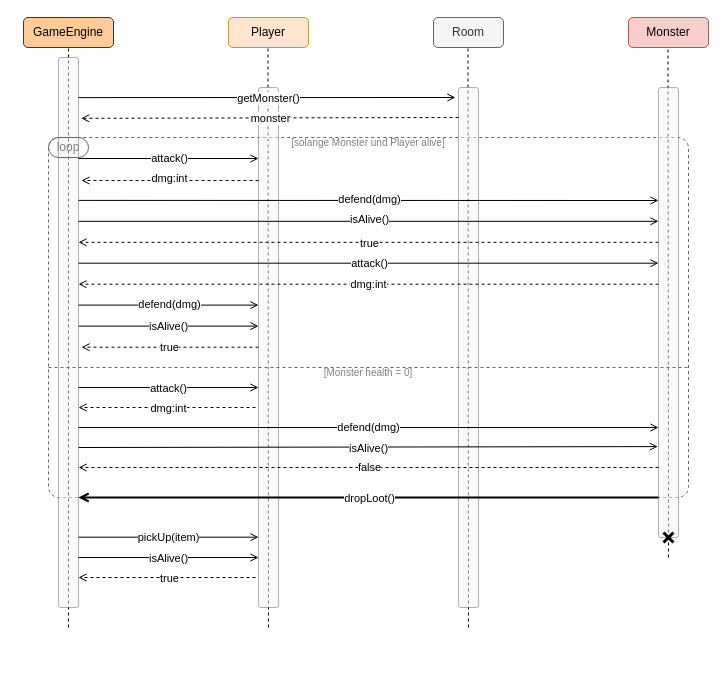
Above: Diagrams/DungeonAdventure_KampfSequenzdiagramm.drawio in V1perZerofy/uml_project (draw.io), before the change. Source tidied: cells renumbered, new cells numbered last; positions are measured from the earlier drawing's top-left corner, leaving out a move shared by most shapes. Both pictures are drawn from the tidied source at 100%, with x=0, y=0 at pixel (23, 17).
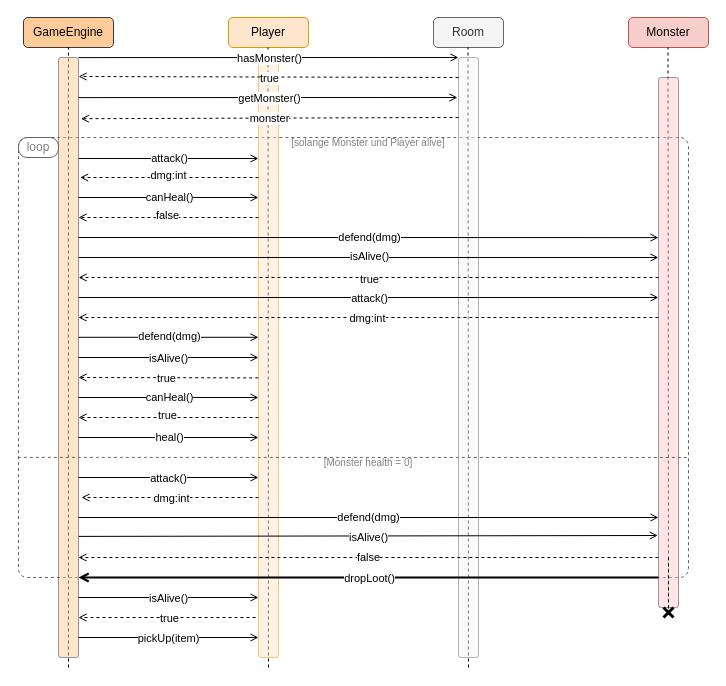
The same page after the edit.

Commit message:
added UML Sequence Diagrams NEW

The change refers to these unchanged cells:
```xml
<mxCell id="3" value="GameEngine" style="rounded=1;whiteSpace=wrap;html=1;fillColor=#ffcc99;strokeColor=#36393d;" parent="1" vertex="1">
  <mxGeometry width="90" height="30" as="geometry" />
</mxCell>
```

The edit, as a diff of the source:
```diff
@@
-    <mxCell id="2" style="rounded=1;whiteSpace=wrap;html=1;arcSize=3;dashed=1;fillColor=none;align=left;verticalAlign=top;fontColor=#333333;strokeColor=#666666;" parent="1" vertex="1">
-      <mxGeometry x="25" y="120" width="640" height="360" as="geometry" />
+    <mxCell id="2" style="rounded=1;whiteSpace=wrap;html=1;arcSize=2;dashed=1;fillColor=none;align=left;verticalAlign=top;fontColor=#333333;strokeColor=#666666;" parent="1" vertex="1">
+      <mxGeometry x="-5" y="120" width="670" height="440" as="geometry" />
     </mxCell>
@@
     <mxCell id="7" style="endArrow=none;dashed=1;html=1;rounded=0;entryX=0.5;entryY=1;entryDx=0;entryDy=0;" parent="1" edge="1" target="3">
       <mxGeometry relative="1" as="geometry">
-        <mxPoint x="45" y="610" as="sourcePoint" />
+        <mxPoint x="45" y="650" as="sourcePoint" />
       </mxGeometry>
     </mxCell>
     <mxCell id="8" style="endArrow=none;dashed=1;html=1;rounded=0;entryX=0.5;entryY=1;entryDx=0;entryDy=0;" parent="1" edge="1">
       <mxGeometry relative="1" as="geometry">
-        <mxPoint x="245" y="610" as="sourcePoint" />
+        <mxPoint x="245" y="650" as="sourcePoint" />
         <mxPoint x="244.5" y="30" as="targetPoint" />
       </mxGeometry>
     </mxCell>
     <mxCell id="9" style="endArrow=none;dashed=1;html=1;rounded=0;entryX=0.5;entryY=1;entryDx=0;entryDy=0;" parent="1" edge="1">
       <mxGeometry relative="1" as="geometry">
-        <mxPoint x="445" y="610" as="sourcePoint" />
+        <mxPoint x="445" y="650" as="sourcePoint" />
         <mxPoint x="444.5" y="30" as="targetPoint" />
       </mxGeometry>
     </mxCell>
@@
-    <mxCell id="11" style="rounded=1;whiteSpace=wrap;html=1;arcSize=12;fillColor=#f5f5f5;opacity=50;fontColor=#333333;strokeColor=#666666;" parent="1" vertex="1">
-      <mxGeometry x="35" y="40" width="20" height="550" as="geometry" />
+    <mxCell id="11" style="rounded=1;whiteSpace=wrap;html=1;arcSize=12;fillColor=#ffcc99;opacity=50;strokeColor=#36393d;" parent="1" vertex="1">
+      <mxGeometry x="35" y="40" width="20" height="600" as="geometry" />
     </mxCell>
-    <mxCell id="12" style="rounded=1;whiteSpace=wrap;html=1;arcSize=12;fillColor=#f5f5f5;opacity=50;fontColor=#333333;strokeColor=#666666;" parent="1" vertex="1">
-      <mxGeometry x="235" y="70" width="20" height="520" as="geometry" />
+    <mxCell id="12" style="rounded=1;whiteSpace=wrap;html=1;arcSize=12;fillColor=#ffe6cc;opacity=50;strokeColor=#d79b00;" parent="1" vertex="1">
+      <mxGeometry x="235" y="40" width="20" height="600" as="geometry" />
     </mxCell>
     <mxCell id="13" style="rounded=1;whiteSpace=wrap;html=1;arcSize=12;fillColor=#f5f5f5;opacity=50;fontColor=#333333;strokeColor=#666666;" parent="1" vertex="1">
-      <mxGeometry x="435" y="70" width="20" height="520" as="geometry" />
+      <mxGeometry x="435" y="40" width="20" height="600" as="geometry" />
     </mxCell>
-    <mxCell id="14" style="rounded=1;whiteSpace=wrap;html=1;arcSize=12;fillColor=#f5f5f5;opacity=50;fontColor=#333333;strokeColor=#666666;" parent="1" vertex="1">
-      <mxGeometry x="635" y="70" width="20" height="450" as="geometry" />
+    <mxCell id="14" style="rounded=1;whiteSpace=wrap;html=1;arcSize=12;fillColor=#ffcccc;opacity=50;strokeColor=#36393d;" parent="1" vertex="1">
+      <mxGeometry x="635" y="60" width="20" height="530" as="geometry" />
     </mxCell>
     <mxCell id="15" style="endArrow=open;html=1;rounded=0;exitX=1.004;exitY=0.055;exitDx=0;exitDy=0;exitPerimeter=0;endFill=0;" parent="1" edge="1">
       <mxGeometry relative="1" as="geometry">
         <mxPoint x="55" y="80.1" as="sourcePoint" />
-        <mxPoint x="431.9" y="80" as="targetPoint" />
+        <mxPoint x="434" y="80" as="targetPoint" />
       </mxGeometry>
     </mxCell>
@@
-    <mxCell id="17" style="endArrow=open;html=1;rounded=0;entryX=1.136;entryY=0.096;entryDx=0;entryDy=0;entryPerimeter=0;endFill=0;dashed=1;exitX=0;exitY=0.059;exitDx=0;exitDy=0;exitPerimeter=0;" parent="1" edge="1">
+    <mxCell id="17" style="endArrow=open;html=1;rounded=0;entryX=1.118;entryY=0.102;entryDx=0;entryDy=0;entryPerimeter=0;endFill=0;dashed=1;exitX=0;exitY=0.059;exitDx=0;exitDy=0;exitPerimeter=0;" parent="1" edge="1" target="11">
       <mxGeometry relative="1" as="geometry">
         <mxPoint x="435" y="100" as="sourcePoint" />
-        <mxPoint x="57.7" y="100.8" as="targetPoint" />
       </mxGeometry>
     </mxCell>
@@
     <mxCell id="19" style="endArrow=open;html=1;rounded=0;exitX=1.004;exitY=0.055;exitDx=0;exitDy=0;exitPerimeter=0;endFill=0;" parent="1" edge="1">
       <mxGeometry relative="1" as="geometry">
-        <mxPoint x="55" y="370" as="sourcePoint" />
-        <mxPoint x="235" y="370" as="targetPoint" />
+        <mxPoint x="55" y="460" as="sourcePoint" />
+        <mxPoint x="235" y="460" as="targetPoint" />
       </mxGeometry>
     </mxCell>
@@
     <mxCell id="21" style="endArrow=open;html=1;rounded=0;entryX=1.141;entryY=0.11;entryDx=0;entryDy=0;entryPerimeter=0;endFill=0;dashed=1;" parent="1" edge="1">
       <mxGeometry relative="1" as="geometry">
-        <mxPoint x="232" y="390" as="sourcePoint" />
-        <mxPoint x="55" y="390" as="targetPoint" />
+        <mxPoint x="235" y="480" as="sourcePoint" />
+        <mxPoint x="58" y="480" as="targetPoint" />
       </mxGeometry>
     </mxCell>
@@
-    <mxCell id="25" style="endArrow=open;html=1;rounded=0;entryX=1.141;entryY=0.11;entryDx=0;entryDy=0;entryPerimeter=0;endFill=0;dashed=1;" parent="1" edge="1">
+    <mxCell id="25" style="endArrow=open;html=1;rounded=0;entryX=1.08;entryY=0.2;entryDx=0;entryDy=0;entryPerimeter=0;endFill=0;dashed=1;" parent="1" edge="1" target="11">
       <mxGeometry relative="1" as="geometry">
-        <mxPoint x="235" y="163" as="sourcePoint" />
-        <mxPoint x="58" y="163" as="targetPoint" />
+        <mxPoint x="235" y="160" as="sourcePoint" />
       </mxGeometry>
     </mxCell>
@@
     <mxCell id="27" style="endArrow=open;html=1;rounded=0;exitX=1.004;exitY=0.055;exitDx=0;exitDy=0;exitPerimeter=0;endFill=0;" parent="1" edge="1">
       <mxGeometry relative="1" as="geometry">
-        <mxPoint x="55" y="182.9" as="sourcePoint" />
-        <mxPoint x="635" y="183" as="targetPoint" />
+        <mxPoint x="55" y="220" as="sourcePoint" />
+        <mxPoint x="635" y="220.1" as="targetPoint" />
       </mxGeometry>
     </mxCell>
@@
     <mxCell id="29" style="endArrow=open;html=1;rounded=0;entryX=1.141;entryY=0.11;entryDx=0;entryDy=0;entryPerimeter=0;endFill=0;dashed=1;exitX=0.953;exitY=0.381;exitDx=0;exitDy=0;exitPerimeter=0;" parent="1" edge="1">
       <mxGeometry relative="1" as="geometry">
-        <mxPoint x="635" y="224.8" as="sourcePoint" />
-        <mxPoint x="55" y="224.8" as="targetPoint" />
+        <mxPoint x="635" y="260" as="sourcePoint" />
+        <mxPoint x="55.1" y="260" as="targetPoint" />
       </mxGeometry>
     </mxCell>
@@
     <mxCell id="31" style="endArrow=open;html=1;rounded=0;exitX=1.004;exitY=0.055;exitDx=0;exitDy=0;exitPerimeter=0;entryX=0.953;entryY=0.286;entryDx=0;entryDy=0;endFill=0;entryPerimeter=0;" parent="1" edge="1">
       <mxGeometry relative="1" as="geometry">
-        <mxPoint x="55" y="203.8" as="sourcePoint" />
-        <mxPoint x="635" y="203.8" as="targetPoint" />
+        <mxPoint x="55" y="240" as="sourcePoint" />
+        <mxPoint x="635" y="240" as="targetPoint" />
       </mxGeometry>
     </mxCell>
@@
     <mxCell id="33" style="endArrow=open;html=1;rounded=0;exitX=1.004;exitY=0.055;exitDx=0;exitDy=0;exitPerimeter=0;entryX=0.953;entryY=0.286;entryDx=0;entryDy=0;endFill=0;entryPerimeter=0;" parent="1" edge="1">
       <mxGeometry relative="1" as="geometry">
-        <mxPoint x="55" y="245.7" as="sourcePoint" />
-        <mxPoint x="635" y="245.7" as="targetPoint" />
+        <mxPoint x="55" y="280" as="sourcePoint" />
+        <mxPoint x="635" y="280" as="targetPoint" />
       </mxGeometry>
     </mxCell>
@@
     <mxCell id="35" style="endArrow=open;html=1;rounded=0;entryX=1.141;entryY=0.11;entryDx=0;entryDy=0;entryPerimeter=0;endFill=0;dashed=1;exitX=0.953;exitY=0.381;exitDx=0;exitDy=0;exitPerimeter=0;" parent="1" edge="1">
       <mxGeometry relative="1" as="geometry">
-        <mxPoint x="635" y="266.7" as="sourcePoint" />
-        <mxPoint x="55" y="266.7" as="targetPoint" />
+        <mxPoint x="634.9" y="300" as="sourcePoint" />
+        <mxPoint x="55" y="300" as="targetPoint" />
       </mxGeometry>
     </mxCell>
@@
     <mxCell id="37" style="endArrow=open;html=1;rounded=0;exitX=1.004;exitY=0.055;exitDx=0;exitDy=0;exitPerimeter=0;endFill=0;" parent="1" edge="1">
       <mxGeometry relative="1" as="geometry">
-        <mxPoint x="55" y="287.6" as="sourcePoint" />
-        <mxPoint x="235" y="287.6" as="targetPoint" />
+        <mxPoint x="55" y="319.8" as="sourcePoint" />
+        <mxPoint x="235" y="319.8" as="targetPoint" />
       </mxGeometry>
     </mxCell>
@@
-    <mxCell id="39" style="endArrow=open;html=1;rounded=0;entryX=1.141;entryY=0.11;entryDx=0;entryDy=0;entryPerimeter=0;endFill=0;dashed=1;" parent="1" edge="1">
+    <mxCell id="39" style="endArrow=open;html=1;rounded=0;entryX=1.017;entryY=0.508;entryDx=0;entryDy=0;entryPerimeter=0;endFill=0;dashed=1;" parent="1" edge="1">
       <mxGeometry relative="1" as="geometry">
-        <mxPoint x="235" y="329.7" as="sourcePoint" />
-        <mxPoint x="58" y="329.7" as="targetPoint" />
+        <mxPoint x="234.7" y="360.4" as="sourcePoint" />
+        <mxPoint x="55" y="360" as="targetPoint" />
       </mxGeometry>
     </mxCell>
@@
     <mxCell id="41" style="endArrow=open;html=1;rounded=0;exitX=1.004;exitY=0.055;exitDx=0;exitDy=0;exitPerimeter=0;endFill=0;" parent="1" edge="1">
       <mxGeometry relative="1" as="geometry">
-        <mxPoint x="55" y="308.6" as="sourcePoint" />
-        <mxPoint x="235" y="308.6" as="targetPoint" />
+        <mxPoint x="55" y="340" as="sourcePoint" />
+        <mxPoint x="235" y="340" as="targetPoint" />
       </mxGeometry>
     </mxCell>
@@
-    <mxCell id="43" style="endArrow=none;dashed=1;html=1;rounded=0;fillColor=#f5f5f5;strokeColor=#666666;" parent="1" edge="1">
+    <mxCell id="43" style="endArrow=none;dashed=1;html=1;rounded=0;fillColor=#f5f5f5;strokeColor=#666666;exitX=-0.001;exitY=0.727;exitDx=0;exitDy=0;exitPerimeter=0;" parent="1" edge="1" source="2">
       <mxGeometry relative="1" as="geometry">
-        <mxPoint x="25" y="350" as="sourcePoint" />
-        <mxPoint x="665" y="350" as="targetPoint" />
+        <mxPoint x="665" y="440" as="targetPoint" />
       </mxGeometry>
     </mxCell>
     <mxCell id="44" style="endArrow=open;html=1;rounded=0;exitX=1.004;exitY=0.055;exitDx=0;exitDy=0;exitPerimeter=0;endFill=0;" parent="1" edge="1">
       <mxGeometry relative="1" as="geometry">
-        <mxPoint x="55" y="410" as="sourcePoint" />
-        <mxPoint x="635" y="410" as="targetPoint" />
+        <mxPoint x="55" y="500" as="sourcePoint" />
+        <mxPoint x="635" y="500" as="targetPoint" />
       </mxGeometry>
     </mxCell>
@@
-    <mxCell id="46" style="endArrow=open;html=1;rounded=0;exitX=1.004;exitY=0.055;exitDx=0;exitDy=0;exitPerimeter=0;endFill=0;entryX=-0.036;entryY=0.798;entryDx=0;entryDy=0;entryPerimeter=0;" parent="1" edge="1" target="14">
+    <mxCell id="46" style="endArrow=open;html=1;rounded=0;exitX=1.004;exitY=0.055;exitDx=0;exitDy=0;exitPerimeter=0;endFill=0;entryX=-0.036;entryY=0.798;entryDx=0;entryDy=0;entryPerimeter=0;" parent="1" edge="1">
       <mxGeometry relative="1" as="geometry">
-        <mxPoint x="55" y="430" as="sourcePoint" />
+        <mxPoint x="55" y="518.9" as="sourcePoint" />
+        <mxPoint x="634.3" y="518" as="targetPoint" />
       </mxGeometry>
     </mxCell>
@@
     <mxCell id="48" style="endArrow=open;html=1;rounded=0;entryX=1.141;entryY=0.11;entryDx=0;entryDy=0;entryPerimeter=0;endFill=0;dashed=1;exitX=0.953;exitY=0.381;exitDx=0;exitDy=0;exitPerimeter=0;" parent="1" edge="1">
       <mxGeometry relative="1" as="geometry">
-        <mxPoint x="635" y="450" as="sourcePoint" />
-        <mxPoint x="55.1" y="450" as="targetPoint" />
+        <mxPoint x="634.9" y="540" as="sourcePoint" />
+        <mxPoint x="55" y="540" as="targetPoint" />
       </mxGeometry>
     </mxCell>
@@
     <mxCell id="50" style="endArrow=none;html=1;rounded=0;exitX=1.004;exitY=0.055;exitDx=0;exitDy=0;exitPerimeter=0;endFill=0;startArrow=open;startFill=0;strokeWidth=2;" parent="1" edge="1">
       <mxGeometry relative="1" as="geometry">
-        <mxPoint x="55" y="480" as="sourcePoint" />
-        <mxPoint x="635" y="480" as="targetPoint" />
+        <mxPoint x="55" y="560" as="sourcePoint" />
+        <mxPoint x="635" y="560" as="targetPoint" />
       </mxGeometry>
     </mxCell>
@@
     <mxCell id="53" style="shape=umlDestroy;whiteSpace=wrap;html=1;strokeWidth=3;targetShapes=umlLifeline;" parent="1" vertex="1">
-      <mxGeometry x="640" y="515" width="10" height="10" as="geometry" />
+      <mxGeometry x="640" y="590" width="10" height="10" as="geometry" />
     </mxCell>
-    <mxCell id="54" value="&lt;font style=&quot;color: rgb(128, 128, 128);&quot;&gt;loop&lt;/font&gt;" style="rounded=1;whiteSpace=wrap;html=1;fillColor=none;fontColor=#333333;strokeColor=#666666;arcSize=50;" parent="1" vertex="1">
-      <mxGeometry x="25" y="120" width="40" height="20" as="geometry" />
+    <mxCell id="54" value="&lt;font style=&quot;color: rgb(128, 128, 128);&quot;&gt;loop&lt;/font&gt;" style="rounded=1;whiteSpace=wrap;html=1;fillColor=none;fontColor=#333333;strokeColor=#666666;arcSize=43;perimeterSpacing=0;" parent="1" vertex="1">
+      <mxGeometry x="-5" y="120" width="40" height="20" as="geometry" />
     </mxCell>
@@
     <mxCell id="56" value="&lt;font style=&quot;font-size: 10px; color: rgb(128, 128, 128);&quot;&gt;[Monster health = 0]&lt;/font&gt;" style="text;html=1;whiteSpace=wrap;strokeColor=none;fillColor=none;align=center;verticalAlign=middle;rounded=0;" parent="1" vertex="1">
-      <mxGeometry x="295" y="350" width="100" height="10" as="geometry" />
+      <mxGeometry x="295" y="440" width="100" height="10" as="geometry" />
     </mxCell>
     <mxCell id="57" style="endArrow=open;html=1;rounded=0;exitX=1.004;exitY=0.055;exitDx=0;exitDy=0;exitPerimeter=0;endFill=0;" parent="1" edge="1">
       <mxGeometry relative="1" as="geometry">
-        <mxPoint x="55" y="519.7" as="sourcePoint" />
-        <mxPoint x="235" y="519.7" as="targetPoint" />
+        <mxPoint x="55" y="620" as="sourcePoint" />
+        <mxPoint x="235" y="620" as="targetPoint" />
       </mxGeometry>
     </mxCell>
@@
     <mxCell id="59" style="endArrow=open;html=1;rounded=0;exitX=1.004;exitY=0.055;exitDx=0;exitDy=0;exitPerimeter=0;endFill=0;" parent="1" edge="1">
       <mxGeometry relative="1" as="geometry">
-        <mxPoint x="55" y="540" as="sourcePoint" />
-        <mxPoint x="235" y="540" as="targetPoint" />
+        <mxPoint x="55" y="580" as="sourcePoint" />
+        <mxPoint x="235" y="580" as="targetPoint" />
       </mxGeometry>
     </mxCell>
@@
     <mxCell id="61" style="endArrow=open;html=1;rounded=0;entryX=1.141;entryY=0.11;entryDx=0;entryDy=0;entryPerimeter=0;endFill=0;dashed=1;" parent="1" edge="1">
       <mxGeometry relative="1" as="geometry">
-        <mxPoint x="232" y="560" as="sourcePoint" />
-        <mxPoint x="55" y="560" as="targetPoint" />
+        <mxPoint x="232" y="600" as="sourcePoint" />
+        <mxPoint x="55" y="600" as="targetPoint" />
       </mxGeometry>
     </mxCell>
@@
+    <mxCell id="63" style="endArrow=open;html=1;rounded=0;exitX=1.004;exitY=0.055;exitDx=0;exitDy=0;exitPerimeter=0;endFill=0;" parent="1" edge="1">
+      <mxGeometry relative="1" as="geometry">
+        <mxPoint x="55" y="40.1" as="sourcePoint" />
+        <mxPoint x="435" y="40" as="targetPoint" />
+      </mxGeometry>
+    </mxCell>
+    <mxCell id="64" value="hasMonster()" style="edgeLabel;html=1;align=center;verticalAlign=middle;" parent="63" vertex="1">
+      <mxGeometry x="-0.12" relative="1" as="geometry">
+        <mxPoint x="24" as="offset" />
+      </mxGeometry>
+    </mxCell>
+    <mxCell id="65" style="endArrow=open;html=1;rounded=0;exitX=1.004;exitY=0.055;exitDx=0;exitDy=0;exitPerimeter=0;endFill=0;" parent="1" edge="1">
+      <mxGeometry relative="1" as="geometry">
+        <mxPoint x="55" y="180" as="sourcePoint" />
+        <mxPoint x="235" y="180" as="targetPoint" />
+      </mxGeometry>
+    </mxCell>
+    <mxCell id="66" value="canHeal()" style="edgeLabel;html=1;align=center;verticalAlign=middle;" parent="65" vertex="1">
+      <mxGeometry x="-0.28" y="1" relative="1" as="geometry">
+        <mxPoint x="25" as="offset" />
+      </mxGeometry>
+    </mxCell>
+    <mxCell id="67" style="endArrow=open;html=1;rounded=0;entryX=0.989;entryY=0.218;entryDx=0;entryDy=0;entryPerimeter=0;endFill=0;dashed=1;" parent="1" edge="1">
+      <mxGeometry relative="1" as="geometry">
+        <mxPoint x="235" y="200" as="sourcePoint" />
+        <mxPoint x="55" y="200" as="targetPoint" />
+      </mxGeometry>
+    </mxCell>
+    <mxCell id="68" value="false" style="edgeLabel;html=1;align=center;verticalAlign=middle;" parent="67" vertex="1">
+      <mxGeometry x="0.28" y="-3" relative="1" as="geometry">
+        <mxPoint x="23" as="offset" />
+      </mxGeometry>
+    </mxCell>
+    <mxCell id="69" style="endArrow=open;html=1;rounded=0;exitX=1.004;exitY=0.055;exitDx=0;exitDy=0;exitPerimeter=0;endFill=0;" parent="1" edge="1">
+      <mxGeometry relative="1" as="geometry">
+        <mxPoint x="55" y="380" as="sourcePoint" />
+        <mxPoint x="235" y="380" as="targetPoint" />
+      </mxGeometry>
+    </mxCell>
+    <mxCell id="70" value="canHeal()" style="edgeLabel;html=1;align=center;verticalAlign=middle;" parent="69" vertex="1">
+      <mxGeometry x="-0.28" y="1" relative="1" as="geometry">
+        <mxPoint x="25" as="offset" />
+      </mxGeometry>
+    </mxCell>
+    <mxCell id="71" style="endArrow=open;html=1;rounded=0;entryX=0.989;entryY=0.218;entryDx=0;entryDy=0;entryPerimeter=0;endFill=0;dashed=1;" parent="1" edge="1">
+      <mxGeometry relative="1" as="geometry">
+        <mxPoint x="235" y="400" as="sourcePoint" />
+        <mxPoint x="55" y="400" as="targetPoint" />
+      </mxGeometry>
+    </mxCell>
+    <mxCell id="72" value="true" style="edgeLabel;html=1;align=center;verticalAlign=middle;" parent="71" vertex="1">
+      <mxGeometry x="0.28" y="-3" relative="1" as="geometry">
+        <mxPoint x="23" as="offset" />
+      </mxGeometry>
+    </mxCell>
+    <mxCell id="73" style="endArrow=open;html=1;rounded=0;exitX=1.004;exitY=0.055;exitDx=0;exitDy=0;exitPerimeter=0;endFill=0;" parent="1" edge="1">
+      <mxGeometry relative="1" as="geometry">
+        <mxPoint x="55" y="420" as="sourcePoint" />
+        <mxPoint x="235" y="420" as="targetPoint" />
+      </mxGeometry>
+    </mxCell>
+    <mxCell id="74" value="heal()" style="edgeLabel;html=1;align=center;verticalAlign=middle;" parent="73" vertex="1">
+      <mxGeometry x="-0.28" y="1" relative="1" as="geometry">
+        <mxPoint x="25" as="offset" />
+      </mxGeometry>
+    </mxCell>
+    <mxCell id="75" style="endArrow=open;html=1;rounded=0;entryX=1.141;entryY=0.11;entryDx=0;entryDy=0;entryPerimeter=0;endFill=0;dashed=1;" parent="1" edge="1">
+      <mxGeometry relative="1" as="geometry">
+        <mxPoint x="435" y="60" as="sourcePoint" />
+        <mxPoint x="55.1" y="59" as="targetPoint" />
+      </mxGeometry>
+    </mxCell>
+    <mxCell id="76" value="true" style="edgeLabel;html=1;align=center;verticalAlign=middle;" parent="75" vertex="1">
+      <mxGeometry x="0.01" y="1" relative="1" as="geometry">
+        <mxPoint x="3" as="offset" />
+      </mxGeometry>
+    </mxCell>
```
